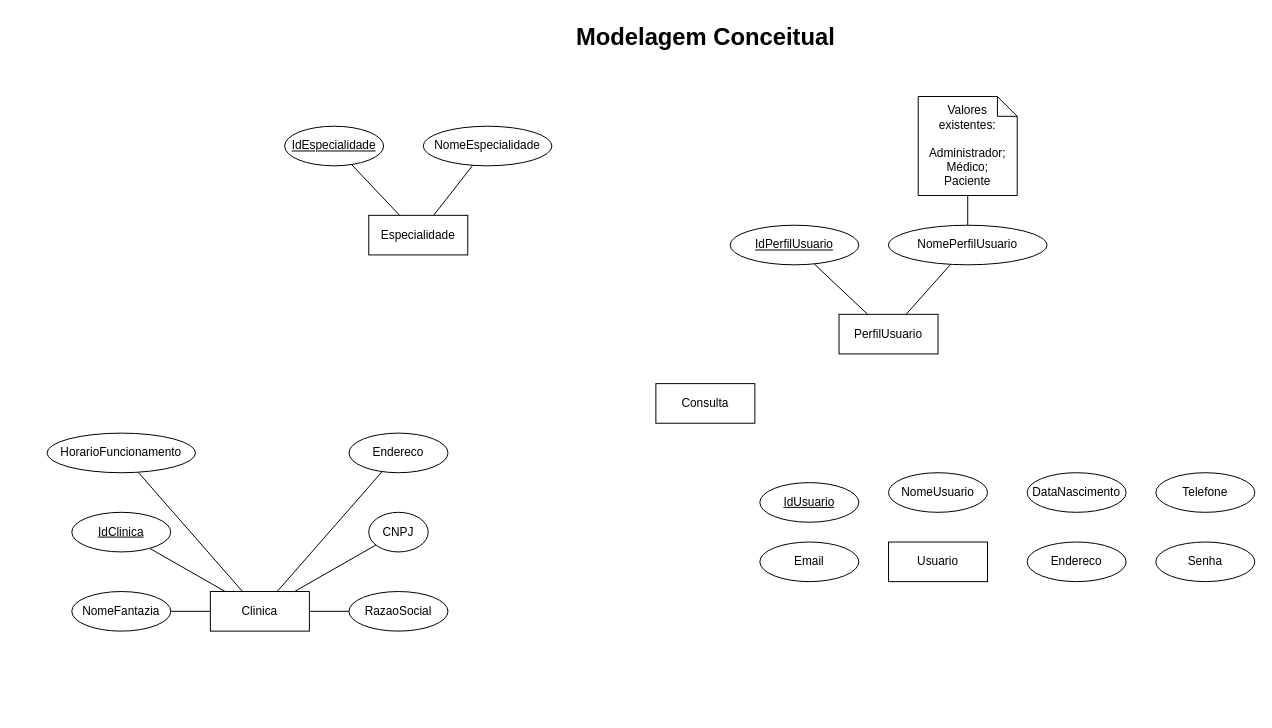
This is assets/modelagemBancoDeDados/ModelagemConceitualLogicaFisica.drawio from AllanR1991/HealthClinic-Project, a draw.io file, before an edit. Source tidied: cells renumbered, new cells numbered last; positions are measured from the earlier drawing's top-left corner, leaving out a move shared by most shapes. Both pictures are drawn from the tidied source at 99%, with x=0, y=0 at pixel (47, 17).
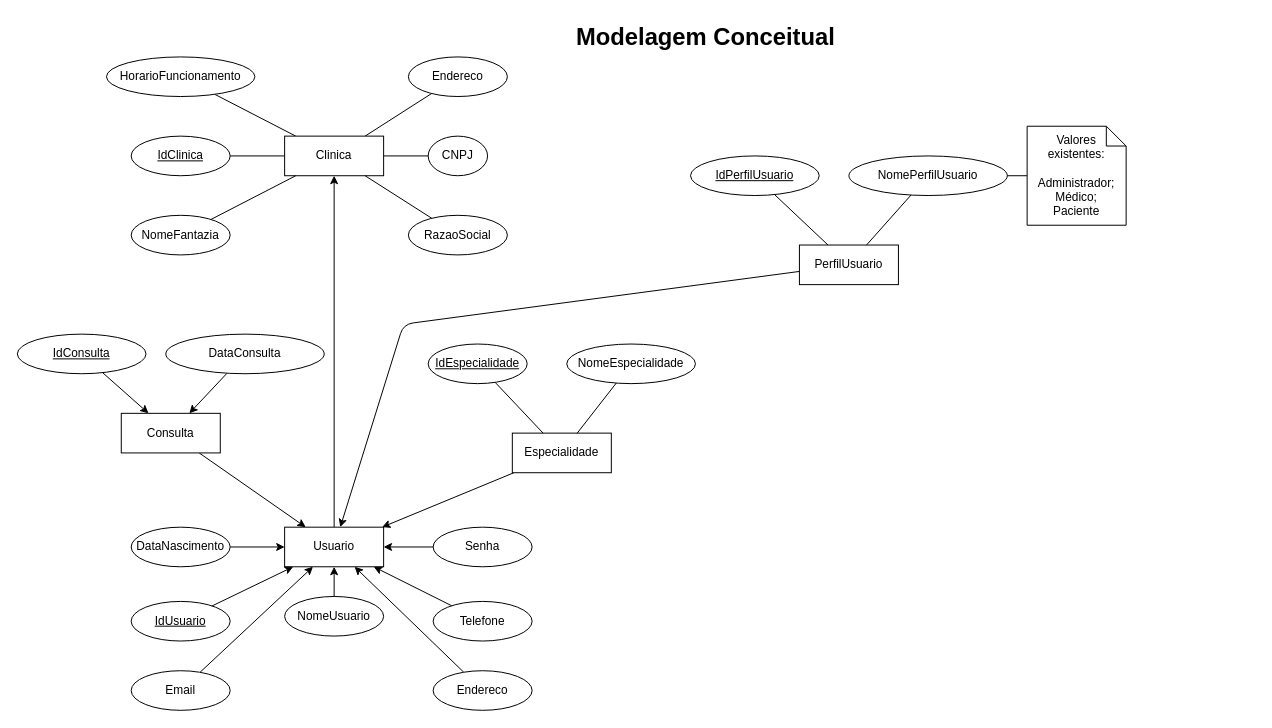
Above is the later version.

Change to the diagram source:
```diff
@@
+    <mxCell id="37" style="edgeStyle=none;html=1;" parent="1" edge="1" source="2" target="29">
+      <mxGeometry relative="1" as="geometry" />
+    </mxCell>
     <mxCell id="2" value="Especialidade" style="whiteSpace=wrap;html=1;align=center;" parent="1" vertex="1">
-      <mxGeometry x="325" y="200" width="100" height="40" as="geometry" />
+      <mxGeometry x="470" y="420" width="100" height="40" as="geometry" />
     </mxCell>
@@
     <mxCell id="5" value="IdEspecialidade" style="ellipse;whiteSpace=wrap;html=1;align=center;fontStyle=4;" parent="1" vertex="1">
-      <mxGeometry x="240" y="110" width="100" height="40" as="geometry" />
+      <mxGeometry x="385" y="330" width="100" height="40" as="geometry" />
     </mxCell>
@@
     <mxCell id="7" value="NomeEspecialidade" style="ellipse;whiteSpace=wrap;html=1;align=center;" parent="1" vertex="1">
-      <mxGeometry x="380" y="110" width="130" height="40" as="geometry" />
+      <mxGeometry x="525" y="330" width="130" height="40" as="geometry" />
     </mxCell>
+    <mxCell id="38" style="edgeStyle=none;html=1;" parent="1" edge="1" source="8" target="29">
+      <mxGeometry relative="1" as="geometry">
+        <Array as="points">
+          <mxPoint x="360" y="310" />
+        </Array>
+      </mxGeometry>
+    </mxCell>
     <mxCell id="8" value="PerfilUsuario" style="whiteSpace=wrap;html=1;align=center;" parent="1" vertex="1">
-      <mxGeometry x="800" y="300" width="100" height="40" as="geometry" />
+      <mxGeometry x="760" y="230" width="100" height="40" as="geometry" />
     </mxCell>
@@
     <mxCell id="10" value="IdPerfilUsuario" style="ellipse;whiteSpace=wrap;html=1;align=center;fontStyle=4;" parent="1" vertex="1">
-      <mxGeometry x="690" y="210" width="130" height="40" as="geometry" />
+      <mxGeometry x="650" y="140" width="130" height="40" as="geometry" />
     </mxCell>
@@
     <mxCell id="12" value="NomePerfilUsuario" style="ellipse;whiteSpace=wrap;html=1;align=center;" parent="1" vertex="1">
-      <mxGeometry x="850" y="210" width="160" height="40" as="geometry" />
+      <mxGeometry x="810" y="140" width="160" height="40" as="geometry" />
     </mxCell>
@@
     <mxCell id="14" value="Valores existentes:&lt;br&gt;&lt;br&gt;Administrador;&lt;br&gt;Médico;&lt;br&gt;Paciente" style="shape=note;size=20;whiteSpace=wrap;html=1;" parent="1" vertex="1">
-      <mxGeometry x="880" y="80" width="100" height="100" as="geometry" />
+      <mxGeometry x="990" y="110" width="100" height="100" as="geometry" />
     </mxCell>
@@
     <mxCell id="18" value="Clinica" style="whiteSpace=wrap;html=1;align=center;" parent="1" vertex="1">
-      <mxGeometry x="165" y="580" width="100" height="40" as="geometry" />
+      <mxGeometry x="240" y="120" width="100" height="40" as="geometry" />
     </mxCell>
     <mxCell id="19" value="IdClinica" style="ellipse;whiteSpace=wrap;html=1;align=center;fontStyle=4;" parent="1" vertex="1">
-      <mxGeometry x="25" y="500" width="100" height="40" as="geometry" />
+      <mxGeometry x="85" y="120" width="100" height="40" as="geometry" />
     </mxCell>
     <mxCell id="20" value="Endereco" style="ellipse;whiteSpace=wrap;html=1;align=center;" parent="1" vertex="1">
-      <mxGeometry x="305" y="420" width="100" height="40" as="geometry" />
+      <mxGeometry x="365" y="40" width="100" height="40" as="geometry" />
     </mxCell>
     <mxCell id="21" value="HorarioFuncionamento" style="ellipse;whiteSpace=wrap;html=1;align=center;" parent="1" vertex="1">
-      <mxGeometry y="420" width="150" height="40" as="geometry" />
+      <mxGeometry x="60" y="40" width="150" height="40" as="geometry" />
     </mxCell>
@@
     <mxCell id="23" value="CNPJ" style="ellipse;whiteSpace=wrap;html=1;align=center;" parent="1" vertex="1">
-      <mxGeometry x="325" y="500" width="60" height="40" as="geometry" />
+      <mxGeometry x="385" y="120" width="60" height="40" as="geometry" />
     </mxCell>
@@
     <mxCell id="25" value="NomeFantazia" style="ellipse;whiteSpace=wrap;html=1;align=center;" parent="1" vertex="1">
-      <mxGeometry x="25" y="580" width="100" height="40" as="geometry" />
+      <mxGeometry x="85" y="200" width="100" height="40" as="geometry" />
     </mxCell>
@@
     <mxCell id="27" value="RazaoSocial" style="ellipse;whiteSpace=wrap;html=1;align=center;" parent="1" vertex="1">
-      <mxGeometry x="305" y="580" width="100" height="40" as="geometry" />
+      <mxGeometry x="365" y="200" width="100" height="40" as="geometry" />
     </mxCell>
+    <mxCell id="39" style="edgeStyle=none;html=1;" parent="1" edge="1" source="28" target="29">
+      <mxGeometry relative="1" as="geometry" />
+    </mxCell>
     <mxCell id="28" value="Consulta" style="whiteSpace=wrap;html=1;align=center;" parent="1" vertex="1">
-      <mxGeometry x="615" y="370" width="100" height="40" as="geometry" />
+      <mxGeometry x="75" y="400" width="100" height="40" as="geometry" />
     </mxCell>
+    <mxCell id="40" style="edgeStyle=none;html=1;" parent="1" edge="1" source="29" target="18">
+      <mxGeometry relative="1" as="geometry" />
+    </mxCell>
     <mxCell id="29" value="Usuario" style="whiteSpace=wrap;html=1;align=center;" parent="1" vertex="1">
-      <mxGeometry x="850" y="530" width="100" height="40" as="geometry" />
+      <mxGeometry x="240" y="515" width="100" height="40" as="geometry" />
     </mxCell>
+    <mxCell id="41" style="edgeStyle=none;html=1;" parent="1" edge="1" source="30" target="29">
+      <mxGeometry relative="1" as="geometry" />
+    </mxCell>
     <mxCell id="30" value="IdUsuario" style="ellipse;whiteSpace=wrap;html=1;align=center;fontStyle=4;" parent="1" vertex="1">
-      <mxGeometry x="720" y="470" width="100" height="40" as="geometry" />
+      <mxGeometry x="85" y="590" width="100" height="40" as="geometry" />
     </mxCell>
+    <mxCell id="42" style="edgeStyle=none;html=1;" parent="1" edge="1" source="31" target="29">
+      <mxGeometry relative="1" as="geometry" />
+    </mxCell>
     <mxCell id="31" value="NomeUsuario" style="ellipse;whiteSpace=wrap;html=1;align=center;" parent="1" vertex="1">
-      <mxGeometry x="850" y="460" width="100" height="40" as="geometry" />
+      <mxGeometry x="240" y="585" width="100" height="40" as="geometry" />
     </mxCell>
+    <mxCell id="43" style="edgeStyle=none;html=1;" parent="1" edge="1" source="32" target="29">
+      <mxGeometry relative="1" as="geometry" />
+    </mxCell>
     <mxCell id="32" value="DataNascimento" style="ellipse;whiteSpace=wrap;html=1;align=center;" parent="1" vertex="1">
-      <mxGeometry x="990" y="460" width="100" height="40" as="geometry" />
+      <mxGeometry x="85" y="515" width="100" height="40" as="geometry" />
     </mxCell>
+    <mxCell id="44" style="edgeStyle=none;html=1;" parent="1" edge="1" source="33" target="29">
+      <mxGeometry relative="1" as="geometry" />
+    </mxCell>
+    <mxCell id="45" style="edgeStyle=none;html=1;" parent="1" edge="1" source="34" target="29">
+      <mxGeometry relative="1" as="geometry" />
+    </mxCell>
+    <mxCell id="34" value="Telefone" style="ellipse;whiteSpace=wrap;html=1;align=center;" parent="1" vertex="1">
+      <mxGeometry x="390" y="590" width="100" height="40" as="geometry" />
+    </mxCell>
+    <mxCell id="46" style="edgeStyle=none;html=1;" parent="1" edge="1" source="35" target="29">
+      <mxGeometry relative="1" as="geometry" />
+    </mxCell>
+    <mxCell id="35" value="Email" style="ellipse;whiteSpace=wrap;html=1;align=center;" parent="1" vertex="1">
+      <mxGeometry x="85" y="660" width="100" height="40" as="geometry" />
+    </mxCell>
+    <mxCell id="47" style="edgeStyle=none;html=1;" parent="1" edge="1" source="36" target="29">
+      <mxGeometry relative="1" as="geometry" />
+    </mxCell>
+    <mxCell id="36" value="Senha" style="ellipse;whiteSpace=wrap;html=1;align=center;" parent="1" vertex="1">
+      <mxGeometry x="390" y="515" width="100" height="40" as="geometry" />
+    </mxCell>
+    <mxCell id="48" style="edgeStyle=none;html=1;" parent="1" edge="1" source="49" target="28">
+      <mxGeometry relative="1" as="geometry" />
+    </mxCell>
+    <mxCell id="49" value="IdConsulta" style="ellipse;whiteSpace=wrap;html=1;align=center;fontStyle=4;" parent="1" vertex="1">
+      <mxGeometry x="-30" y="320" width="130" height="40" as="geometry" />
+    </mxCell>
+    <mxCell id="50" style="edgeStyle=none;html=1;" parent="1" edge="1" source="51" target="28">
+      <mxGeometry relative="1" as="geometry" />
+    </mxCell>
+    <mxCell id="51" value="DataConsulta" style="ellipse;whiteSpace=wrap;html=1;align=center;" parent="1" vertex="1">
+      <mxGeometry x="120" y="320" width="160" height="40" as="geometry" />
+    </mxCell>
     <mxCell id="33" value="Endereco" style="ellipse;whiteSpace=wrap;html=1;align=center;" parent="1" vertex="1">
-      <mxGeometry x="990" y="530" width="100" height="40" as="geometry" />
+      <mxGeometry x="390" y="660" width="100" height="40" as="geometry" />
     </mxCell>
-    <mxCell id="34" value="Telefone" style="ellipse;whiteSpace=wrap;html=1;align=center;" parent="1" vertex="1">
-      <mxGeometry x="1120" y="460" width="100" height="40" as="geometry" />
-    </mxCell>
-    <mxCell id="35" value="Email" style="ellipse;whiteSpace=wrap;html=1;align=center;" parent="1" vertex="1">
-      <mxGeometry x="720" y="530" width="100" height="40" as="geometry" />
-    </mxCell>
-    <mxCell id="36" value="Senha" style="ellipse;whiteSpace=wrap;html=1;align=center;" parent="1" vertex="1">
-      <mxGeometry x="1120" y="530" width="100" height="40" as="geometry" />
-    </mxCell>
```
